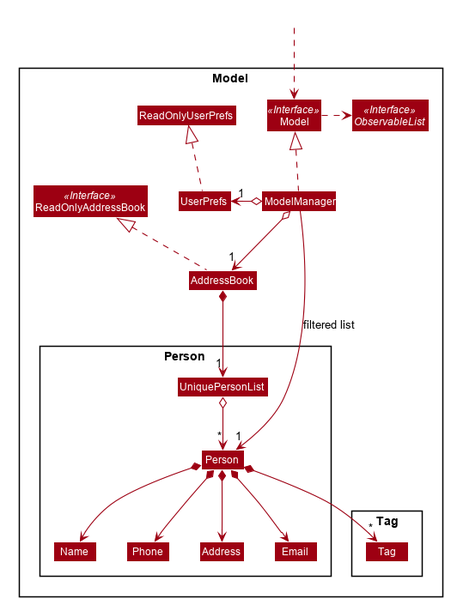
This is docs/images/ModelClassDiagram.png from nus-cs2103-AY1920S1/addressbook-level3, a PlantUML export, as it was before one commit.
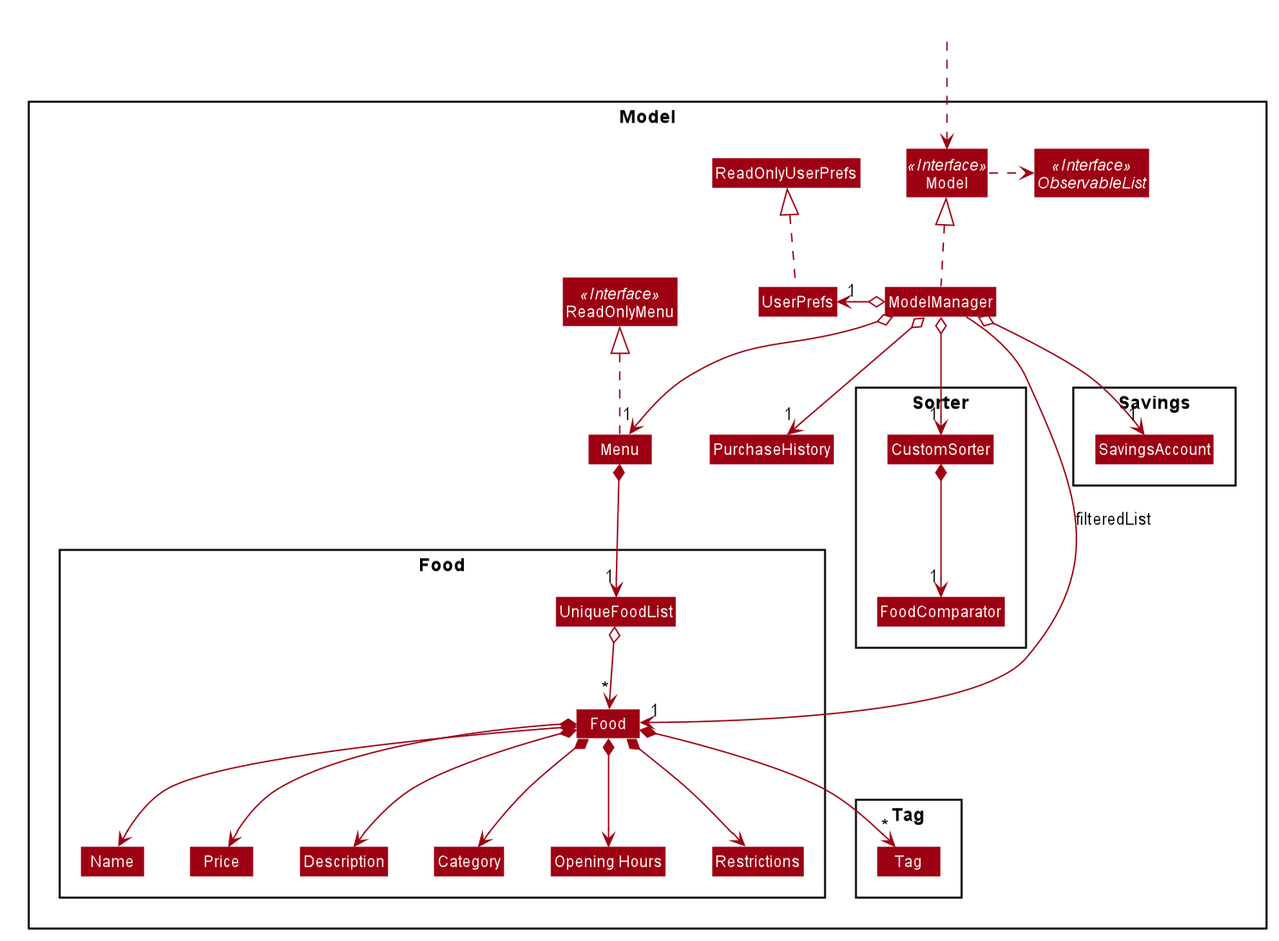
Above is the later version.

The edit, as a diff of the source:
```diff
@@ -52,23 +52,35 @@
 skinparam classBackgroundColor #9D0012
 
 Package Model <<Rectangle>>{
-Interface ReadOnlyAddressBook <<Interface>>
+Interface ReadOnlyMenu <<Interface>>
 Interface Model <<Interface>>
 Interface ObservableList <<Interface>>
-Class AddressBook
-Class ReadOnlyAddressBook
+Class Menu
+Class ReadOnlyMenu
 Class Model
 Class ModelManager
 Class UserPrefs
 Class ReadOnlyUserPrefs
+Class PurchaseHistory
 
-Package Person {
-Class Person
-Class Address
-Class Email
+Package Sorter {
+Class CustomSorter
+Class FoodComparator
+}
+
+Package Food {
+Class Food
+Class Description
+Class Category
+Class "Opening Hours"
 Class Name
-Class Phone
-Class UniquePersonList
+Class Price
+Class UniqueFoodList
+Class Restrictions
+}
+
+Package Savings {
+Class SavingsAccount
 }
 
 Package Tag {
@@ -79,25 +91,32 @@
 Class HiddenOutside #FFFFFF
 HiddenOutside ..> Model
 
-AddressBook .up.|> ReadOnlyAddressBook
+Menu .up.|> ReadOnlyMenu
 
 ModelManager .up.|> Model
 Model .right.> ObservableList
-ModelManager o--> "1" AddressBook
+ModelManager o--> "1" Menu
+ModelManager o--> "1" PurchaseHistory
+ModelManager o--> "1" CustomSorter
+ModelManager o--> "1" SavingsAccount
 ModelManager o-left-> "1" UserPrefs
 UserPrefs .up.|> ReadOnlyUserPrefs
 
-AddressBook *--> "1" UniquePersonList
-UniquePersonList o--> "*" Person
-Person *--> Name
-Person *--> Phone
-Person *--> Email
-Person *--> Address
-Person *--> "*" Tag
+CustomSorter *--> "1" FoodComparator
 
-Name -[hidden]right-> Phone
-Phone -[hidden]right-> Address
-Address -[hidden]right-> Email
+Menu *--> "1" UniqueFoodList
+UniqueFoodList o--> "*" Food
+Food *--> Name
+Food *--> Price
+Food *--> Description
+Food *--> Category
+Food *--> "Opening Hours"
+Food *--> "*" Tag
+Food *--> Restrictions
 
-ModelManager -->"1" Person : filtered list
+Name -[hidden]right-> Price
+Price -[hidden]right-> Description
+Description -[hidden]right-> Category
+
+ModelManager -->"1" Food : filteredList
 @enduml
```
